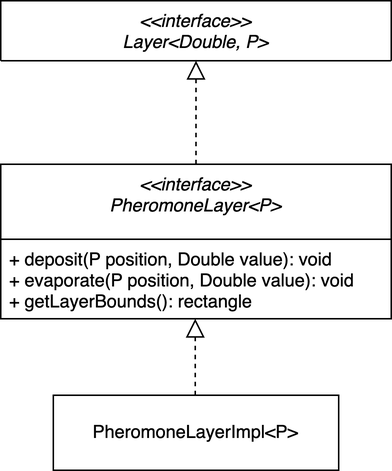
lorenzotosi/alchemist-thesis keeps this draw.io diagram as figures/pheromoneLayer.png. Above is the earlier version. Source tidied: cells renumbered, new cells last; positions are measured from the earlier drawing's top-left corner, leaving out a move shared by most shapes.
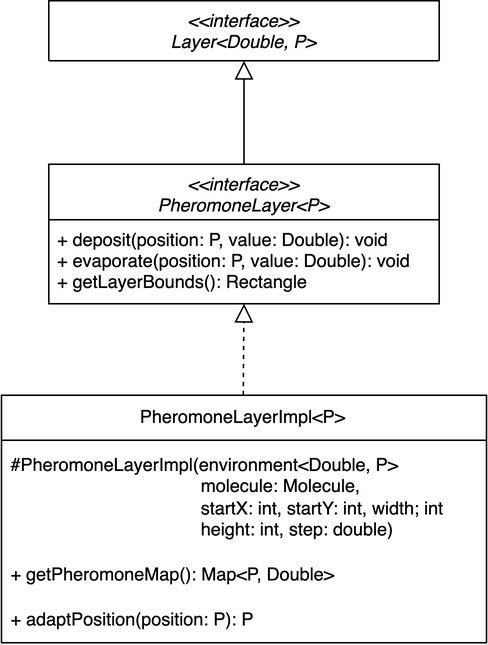
The same diagram one commit later.

Diff of the diagram source:
```diff
@@ -2,26 +2,34 @@
   <root>
     <mxCell id="0" />
     <mxCell id="1" parent="0" />
-    <mxCell id="2" value="&lt;&lt;interface&gt;&gt;&#10;PheromoneLayer&lt;P&gt;" style="swimlane;fontStyle=2;align=center;verticalAlign=top;horizontal=1;startSize=50;rounded=0;shadow=0;strokeWidth=1;" parent="1" vertex="1">
-      <mxGeometry y="109" width="260" height="103" as="geometry" />
+    <mxCell id="2" value="&lt;&lt;interface&gt;&gt;&#10;PheromoneLayer&lt;P&gt;" style="swimlane;fontStyle=2;align=center;verticalAlign=top;horizontal=1;startSize=37;rounded=0;shadow=0;strokeWidth=1;" parent="1" vertex="1">
+      <mxGeometry y="109" width="260" height="93" as="geometry" />
     </mxCell>
-    <mxCell id="3" value="+ deposit(P position, Double value): void&#10;+ evaporate(P position, Double value): void&#10;+ getLayerBounds(): rectangle" style="text;align=left;verticalAlign=top;spacingLeft=4;spacingRight=4;overflow=hidden;rounded=0;shadow=0;html=0;" parent="2" vertex="1">
-      <mxGeometry y="50" width="260" height="52" as="geometry" />
+    <mxCell id="3" value="+ deposit(position: P, value: Double): void&#10;+ evaporate(position: P, value: Double): void&#10;+ getLayerBounds(): Rectangle" style="text;align=left;verticalAlign=top;spacingLeft=4;spacingRight=4;overflow=hidden;rounded=0;shadow=0;html=0;" parent="2" vertex="1">
+      <mxGeometry y="37" width="260" height="56" as="geometry" />
     </mxCell>
-    <mxCell id="4" style="endArrow=block;dashed=1;html=1;rounded=0;endFill=0;jumpSize=6;endSize=10;startSize=6;strokeWidth=1;strokeColor=default;entryX=0.5;entryY=1;entryDx=0;entryDy=0;" parent="1" edge="1">
+    <mxCell id="4" style="endArrow=block;dashed=1;html=1;rounded=0;endFill=0;jumpSize=6;endSize=10;startSize=6;strokeWidth=1;strokeColor=default;entryX=0.5;entryY=1;entryDx=0;entryDy=0;" parent="1" edge="1" target="2">
       <mxGeometry relative="1" as="geometry">
         <mxPoint x="129.5" y="263" as="sourcePoint" />
-        <mxPoint x="129.5" y="212" as="targetPoint" />
       </mxGeometry>
     </mxCell>
     <mxCell id="5" value="&lt;&lt;interface&gt;&gt;&#10;Layer&lt;Double, P&gt;" style="swimlane;fontStyle=2;align=center;verticalAlign=top;horizontal=1;startSize=40;rounded=0;shadow=0;strokeWidth=1;" parent="1" vertex="1">
       <mxGeometry width="260" height="40" as="geometry" />
     </mxCell>
-    <mxCell id="6" style="endArrow=block;dashed=1;html=1;rounded=0;endFill=0;jumpSize=6;endSize=10;startSize=6;strokeWidth=1;strokeColor=default;exitX=0.5;exitY=0;exitDx=0;exitDy=0;entryX=0.5;entryY=1;entryDx=0;entryDy=0;" parent="1" edge="1" source="2" target="5">
+    <mxCell id="6" style="endArrow=block;html=1;rounded=0;endFill=0;jumpSize=6;endSize=10;startSize=6;strokeWidth=1;strokeColor=default;exitX=0.5;exitY=0;exitDx=0;exitDy=0;entryX=0.5;entryY=1;entryDx=0;entryDy=0;" parent="1" edge="1" source="2" target="5">
       <mxGeometry relative="1" as="geometry" />
     </mxCell>
-    <mxCell id="7" value="PheromoneLayerImpl&amp;lt;P&amp;gt;" style="rounded=0;whiteSpace=wrap;html=1;" parent="1" vertex="1">
-      <mxGeometry x="35" y="263" width="190" height="50" as="geometry" />
+    <mxCell id="7" value="PheromoneLayerImpl&amp;lt;P&amp;gt;" style="swimlane;fontStyle=0;horizontal=1;startSize=30;whiteSpace=wrap;html=1;" parent="1" vertex="1">
+      <mxGeometry x="-31.5" y="263" width="323" height="165" as="geometry" />
     </mxCell>
+    <mxCell id="8" value="#PheromoneLayerImpl(environment&amp;lt;Double, P&amp;gt;&lt;br&gt;&lt;span style=&quot;white-space: pre;&quot;&gt;&#9;&lt;/span&gt;&lt;span style=&quot;white-space: pre;&quot;&gt;&#9;&lt;/span&gt;&lt;span style=&quot;white-space: pre;&quot;&gt;&#9;&lt;/span&gt;&lt;span style=&quot;white-space: pre;&quot;&gt;&#9;&amp;nbsp;&lt;/span&gt;&amp;nbsp; &amp;nbsp; &amp;nbsp;molecule: Molecule,&lt;br&gt;&lt;span style=&quot;white-space: pre;&quot;&gt;&#9;&lt;/span&gt;&lt;span style=&quot;white-space: pre;&quot;&gt;&#9;&lt;/span&gt;&lt;span style=&quot;white-space: pre;&quot;&gt;&#9;&lt;/span&gt;&lt;span style=&quot;white-space: pre;&quot;&gt;&#9;&amp;nbsp;&lt;/span&gt;&amp;nbsp; &amp;nbsp; &amp;nbsp;startX: int, startY: int, width; int&lt;br&gt;&lt;span style=&quot;white-space: pre;&quot;&gt;&#9;&lt;/span&gt;&lt;span style=&quot;white-space: pre;&quot;&gt;&#9;&lt;/span&gt;&lt;span style=&quot;white-space: pre;&quot;&gt;&#9;&lt;/span&gt;&lt;span style=&quot;white-space: pre;&quot;&gt;&#9;&lt;/span&gt;&amp;nbsp; &amp;nbsp; &amp;nbsp; height: int, step: double)" style="text;strokeColor=none;fillColor=none;align=left;verticalAlign=middle;spacingLeft=4;spacingRight=4;overflow=hidden;whiteSpace=wrap;html=1;" parent="7" vertex="1">
+      <mxGeometry y="30" width="323" height="75" as="geometry" />
+    </mxCell>
+    <mxCell id="9" value="+ getPheromoneMap(): Map&amp;lt;P, Double&amp;gt;" style="text;strokeColor=none;fillColor=none;align=left;verticalAlign=middle;spacingLeft=4;spacingRight=4;overflow=hidden;whiteSpace=wrap;html=1;" parent="7" vertex="1">
+      <mxGeometry y="105" width="323" height="30" as="geometry" />
+    </mxCell>
+    <mxCell id="10" value="+ adaptPosition(position: P): P" style="text;strokeColor=none;fillColor=none;align=left;verticalAlign=middle;spacingLeft=4;spacingRight=4;overflow=hidden;whiteSpace=wrap;html=1;" parent="7" vertex="1">
+      <mxGeometry y="135" width="323" height="30" as="geometry" />
+    </mxCell>
   </root>
 </mxGraphModel>
```
